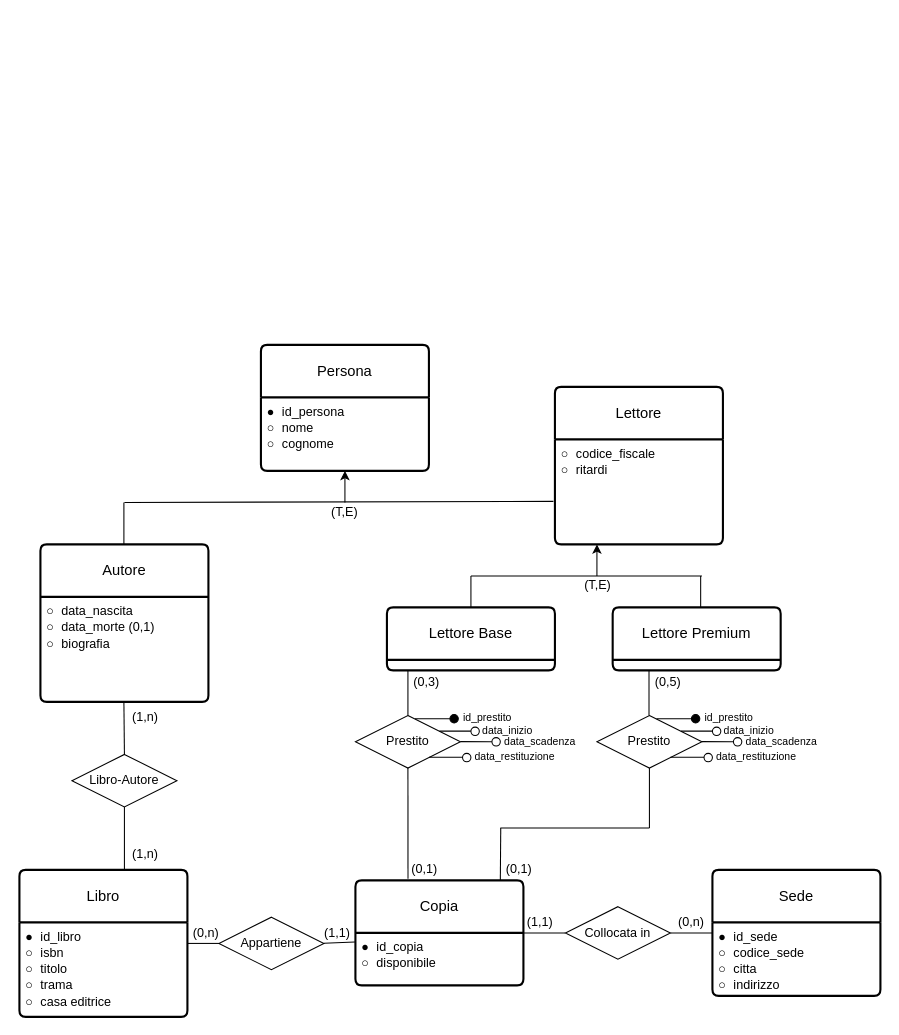
Above: Untitled Diagram.drawio in jaczao/library-management-system (draw.io), before the change. Source tidied: cells renumbered, new cells numbered last; positions are measured from the earlier drawing's top-left corner, leaving out a move shared by most shapes. Both pictures are drawn from the tidied source at 105%, with x=0, y=0 at pixel (19, 344).
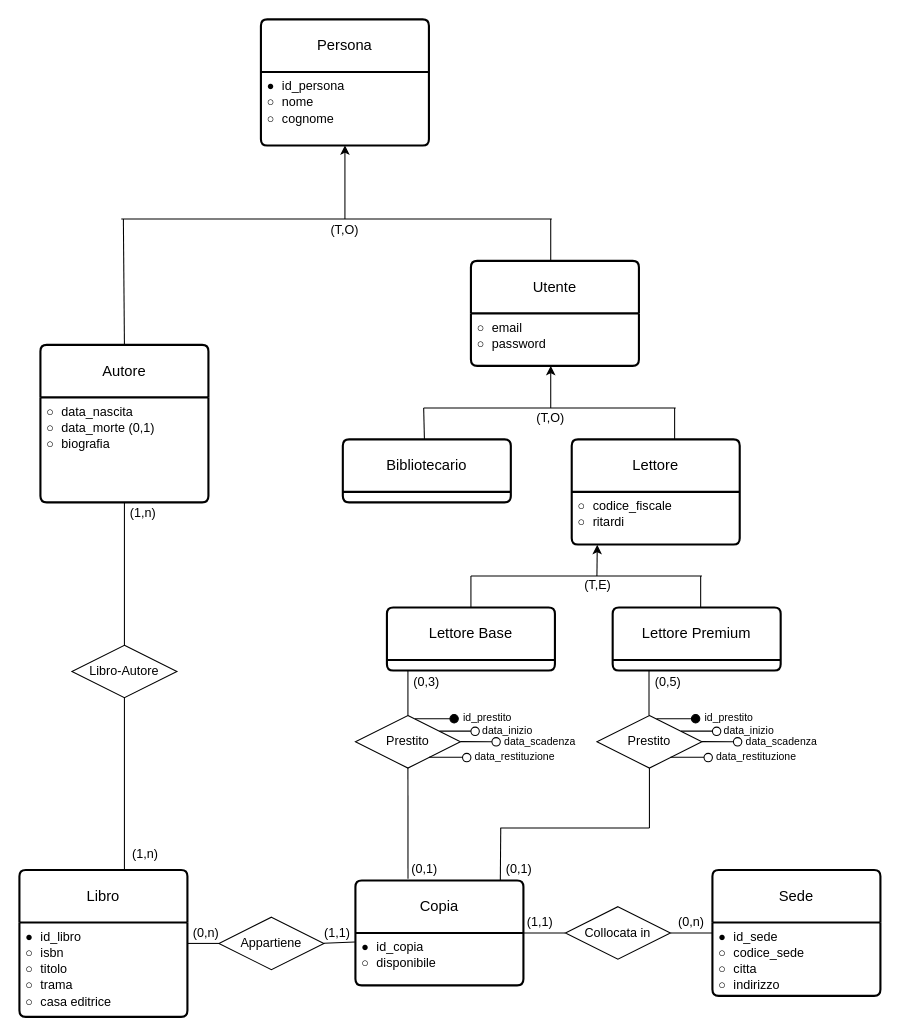
The same diagram, later.

Unchanged cells that the change refers to:
```xml
<mxCell id="5" value="&lt;code style=&quot;white-space: normal;&quot;&gt;○&amp;nbsp;&lt;/code&gt;data_nascita&lt;br&gt;&lt;div&gt;&lt;code style=&quot;white-space: normal;&quot;&gt;○&amp;nbsp;&lt;/code&gt;data_morte (0,1)&lt;br&gt;&lt;/div&gt;&lt;div&gt;&lt;code style=&quot;white-space: normal;&quot;&gt;○&amp;nbsp;&lt;/code&gt;biografia&lt;br&gt;&lt;/div&gt;" style="align=left;strokeColor=none;fillColor=none;spacingLeft=4;fontSize=12;verticalAlign=top;html=1;" parent="4" vertex="1">
  <mxGeometry y="50" width="160" height="100" as="geometry" />
</mxCell>
<mxCell id="11" value="&lt;code style=&quot;white-space: normal;&quot;&gt;●&amp;nbsp;&lt;/code&gt;id_persona&lt;br&gt;&lt;code style=&quot;white-space: normal;&quot;&gt;○&amp;nbsp;&lt;/code&gt;nome&lt;div&gt;&lt;code style=&quot;white-space: normal;&quot;&gt;○&amp;nbsp;&lt;/code&gt;cognome&lt;br&gt;&lt;/div&gt;" style="align=left;strokeColor=none;fillColor=none;spacingLeft=4;fontSize=12;verticalAlign=top;html=1;" parent="10" vertex="1">
  <mxGeometry y="50" width="160" height="70" as="geometry" />
</mxCell>
```

What changed in the source:
```diff
@@
     <mxCell id="4" value="Autore" style="swimlane;horizontal=1;startSize=50;rounded=1;fontSize=14;fontStyle=0;strokeWidth=2;shadow=0;dashed=0;align=center;arcSize=4;whiteSpace=wrap;html=1;" parent="1" vertex="1">
-      <mxGeometry x="20" y="190" width="160" height="150" as="geometry" />
+      <mxGeometry x="20" width="160" height="150" as="geometry" />
     </mxCell>
@@
     <mxCell id="6" value="Lettore" style="swimlane;horizontal=1;startSize=50;rounded=1;fontSize=14;fontStyle=0;strokeWidth=2;shadow=0;dashed=0;align=center;arcSize=4;whiteSpace=wrap;html=1;" parent="1" vertex="1">
-      <mxGeometry x="510" y="40" width="160" height="150" as="geometry" />
+      <mxGeometry x="526" y="90" width="160" height="100" as="geometry" />
     </mxCell>
     <mxCell id="7" value="&lt;code style=&quot;white-space: normal;&quot;&gt;○&amp;nbsp;&lt;/code&gt;codice_fiscale&lt;div&gt;&lt;code style=&quot;white-space: normal;&quot;&gt;○&amp;nbsp;&lt;/code&gt;ritardi&lt;br&gt;&lt;/div&gt;" style="align=left;strokeColor=none;fillColor=none;spacingLeft=4;fontSize=12;verticalAlign=top;html=1;" parent="6" vertex="1">
-      <mxGeometry y="50" width="160" height="100" as="geometry" />
+      <mxGeometry y="50" width="160" height="50" as="geometry" />
     </mxCell>
@@
     <mxCell id="10" value="Persona" style="swimlane;horizontal=1;startSize=50;rounded=1;fontSize=14;fontStyle=0;strokeWidth=2;shadow=0;dashed=0;align=center;arcSize=4;whiteSpace=wrap;html=1;" parent="1" vertex="1">
-      <mxGeometry x="230" width="160" height="120" as="geometry" />
+      <mxGeometry x="230" y="-310" width="160" height="120" as="geometry" />
     </mxCell>
@@
     <mxCell id="12" style="endArrow=classic;html=1;rounded=0;entryX=0.5;entryY=1;entryDx=0;entryDy=0;" parent="1" edge="1" target="11">
       <mxGeometry relative="1" as="geometry">
-        <mxPoint x="310" y="150" as="sourcePoint" />
+        <mxPoint x="310" y="-120" as="sourcePoint" />
       </mxGeometry>
     </mxCell>
-    <mxCell id="13" style="endArrow=none;html=1;rounded=0;entryX=-0.009;entryY=0.59;entryDx=0;entryDy=0;entryPerimeter=0;" parent="1" edge="1" target="7">
-      <mxGeometry relative="1" as="geometry">
-        <mxPoint x="100" y="150" as="sourcePoint" />
-      </mxGeometry>
-    </mxCell>
-    <mxCell id="14" style="endArrow=none;html=1;rounded=0;" parent="1" edge="1">
+    <mxCell id="14" style="endArrow=none;html=1;rounded=0;exitX=0.5;exitY=0;exitDx=0;exitDy=0;" parent="1" edge="1" source="4">
       <mxGeometry relative="1" as="geometry">
-        <mxPoint x="99.5" y="190" as="sourcePoint" />
-        <mxPoint x="99.5" y="150" as="targetPoint" />
+        <mxPoint x="99" y="-120" as="targetPoint" />
       </mxGeometry>
     </mxCell>
     <mxCell id="15" value="Libro-Autore" style="shape=rhombus;perimeter=rhombusPerimeter;whiteSpace=wrap;html=1;align=center;" parent="1" vertex="1">
-      <mxGeometry x="50" y="390" width="100" height="50" as="geometry" />
+      <mxGeometry x="50" y="286" width="100" height="50" as="geometry" />
     </mxCell>
-    <mxCell id="16" style="endArrow=none;html=1;rounded=0;" parent="1" edge="1">
-      <mxGeometry relative="1" as="geometry">
-        <mxPoint x="100" y="390" as="sourcePoint" />
-        <mxPoint x="99.5" y="340" as="targetPoint" />
-      </mxGeometry>
-    </mxCell>
@@
     <mxCell id="27" value="(1,n)" style="text;html=1;align=center;verticalAlign=middle;whiteSpace=wrap;rounded=0;" parent="1" vertex="1">
-      <mxGeometry x="90" y="340" width="60" height="30" as="geometry" />
+      <mxGeometry x="88" y="145" width="60" height="30" as="geometry" />
     </mxCell>
@@
-    <mxCell id="40" style="endArrow=classic;html=1;rounded=0;entryX=0.25;entryY=1;entryDx=0;entryDy=0;" parent="1" edge="1" target="7">
+    <mxCell id="40" style="endArrow=classic;html=1;rounded=0;entryX=0.152;entryY=1.006;entryDx=0;entryDy=0;entryPerimeter=0;" parent="1" edge="1" target="7">
       <mxGeometry relative="1" as="geometry">
         <mxPoint x="550" y="220" as="sourcePoint" />
       </mxGeometry>
     </mxCell>
@@
-    <mxCell id="77" value="(T,E)" style="text;html=1;align=center;verticalAlign=middle;whiteSpace=wrap;rounded=0;" parent="1" vertex="1">
-      <mxGeometry x="280" y="144" width="60" height="30" as="geometry" />
-    </mxCell>
+    <mxCell id="78" value="Bibliotecario" style="swimlane;horizontal=1;startSize=50;rounded=1;fontSize=14;fontStyle=0;strokeWidth=2;shadow=0;dashed=0;align=center;arcSize=4;whiteSpace=wrap;html=1;" parent="1" vertex="1">
+      <mxGeometry x="308" y="90" width="160" height="60" as="geometry" />
+    </mxCell>
+    <mxCell id="79" value="&lt;div&gt;&lt;br&gt;&lt;/div&gt;" style="align=left;strokeColor=none;fillColor=none;spacingLeft=4;fontSize=12;verticalAlign=top;html=1;" parent="78" vertex="1">
+      <mxGeometry y="50" width="160" height="10" as="geometry" />
+    </mxCell>
+    <mxCell id="80" value="Utente" style="swimlane;horizontal=1;startSize=50;rounded=1;fontSize=14;fontStyle=0;strokeWidth=2;shadow=0;dashed=0;align=center;arcSize=4;whiteSpace=wrap;html=1;" parent="1" vertex="1">
+      <mxGeometry x="430" y="-80" width="160" height="100" as="geometry" />
+    </mxCell>
+    <mxCell id="81" value="&lt;code style=&quot;white-space: normal;&quot;&gt;○&amp;nbsp;&lt;/code&gt;email&lt;div&gt;&lt;code style=&quot;white-space: normal;&quot;&gt;○&amp;nbsp;&lt;/code&gt;password&lt;br&gt;&lt;/div&gt;" style="align=left;strokeColor=none;fillColor=none;spacingLeft=4;fontSize=12;verticalAlign=top;html=1;" parent="80" vertex="1">
+      <mxGeometry y="50" width="160" height="50" as="geometry" />
+    </mxCell>
+    <mxCell id="82" style="endArrow=none;html=1;rounded=0;" parent="1" edge="1">
+      <mxGeometry relative="1" as="geometry">
+        <mxPoint x="624" y="90" as="sourcePoint" />
+        <mxPoint x="624" y="60" as="targetPoint" />
+      </mxGeometry>
+    </mxCell>
+    <mxCell id="83" style="endArrow=none;html=1;rounded=0;" parent="1" edge="1">
+      <mxGeometry relative="1" as="geometry">
+        <mxPoint x="385.7" y="90" as="sourcePoint" />
+        <mxPoint x="385" y="60" as="targetPoint" />
+      </mxGeometry>
+    </mxCell>
+    <mxCell id="84" style="endArrow=none;html=1;rounded=0;" parent="1" edge="1">
+      <mxGeometry relative="1" as="geometry">
+        <mxPoint x="506" y="-80" as="sourcePoint" />
+        <mxPoint x="506" y="-120" as="targetPoint" />
+      </mxGeometry>
+    </mxCell>
+    <mxCell id="85" style="endArrow=none;html=1;rounded=0;" parent="1" edge="1">
+      <mxGeometry relative="1" as="geometry">
+        <mxPoint x="385" y="60" as="sourcePoint" />
+        <mxPoint x="625" y="60" as="targetPoint" />
+      </mxGeometry>
+    </mxCell>
+    <mxCell id="86" style="endArrow=classic;html=1;rounded=0;entryX=0.5;entryY=1;entryDx=0;entryDy=0;" parent="1" edge="1">
+      <mxGeometry relative="1" as="geometry">
+        <mxPoint x="506" y="60" as="sourcePoint" />
+        <mxPoint x="506" y="20" as="targetPoint" />
+      </mxGeometry>
+    </mxCell>
+    <mxCell id="87" style="endArrow=none;html=1;rounded=0;" parent="1" edge="1">
+      <mxGeometry relative="1" as="geometry">
+        <mxPoint x="97" y="-120" as="sourcePoint" />
+        <mxPoint x="507" y="-120" as="targetPoint" />
+      </mxGeometry>
+    </mxCell>
+    <mxCell id="88" style="endArrow=none;html=1;rounded=0;exitX=0.5;exitY=0;exitDx=0;exitDy=0;entryX=0.5;entryY=1;entryDx=0;entryDy=0;" parent="1" edge="1" source="15" target="5">
+      <mxGeometry relative="1" as="geometry" />
+    </mxCell>
+    <mxCell id="89" value="(T,O)" style="text;html=1;align=center;verticalAlign=middle;whiteSpace=wrap;rounded=0;" parent="1" vertex="1">
+      <mxGeometry x="476" y="55" width="60" height="30" as="geometry" />
+    </mxCell>
+    <mxCell id="90" value="(T,O)" style="text;html=1;align=center;verticalAlign=middle;whiteSpace=wrap;rounded=0;" parent="1" vertex="1">
+      <mxGeometry x="280" y="-124" width="60" height="30" as="geometry" />
+    </mxCell>
```
